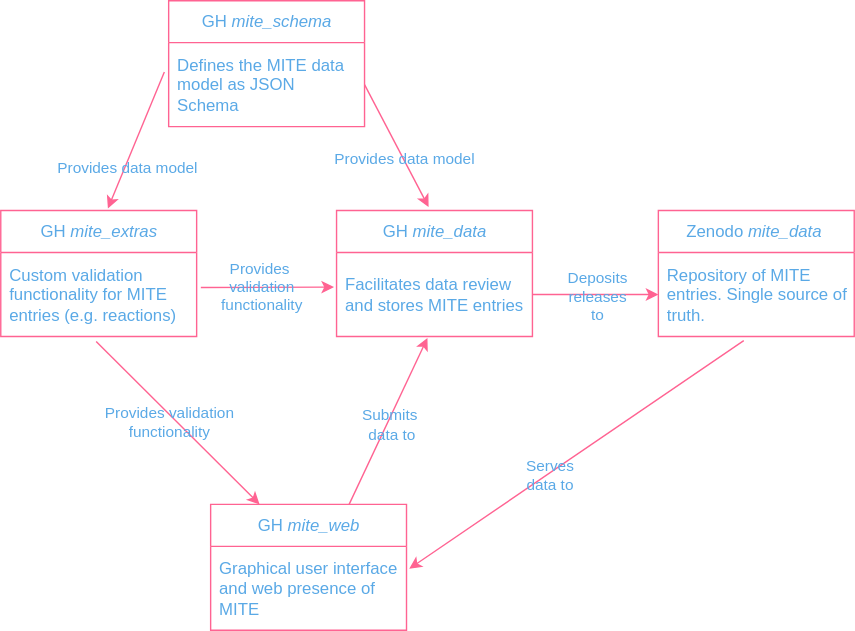
Before: profile/mite_standard_repo_dependency_graph.drawio.svg, a diagram exported from draw.io (mite-standard/.github). Source tidied: cells renumbered, new cells last; positions are measured from the earlier drawing's top-left corner, leaving out a move shared by most shapes.
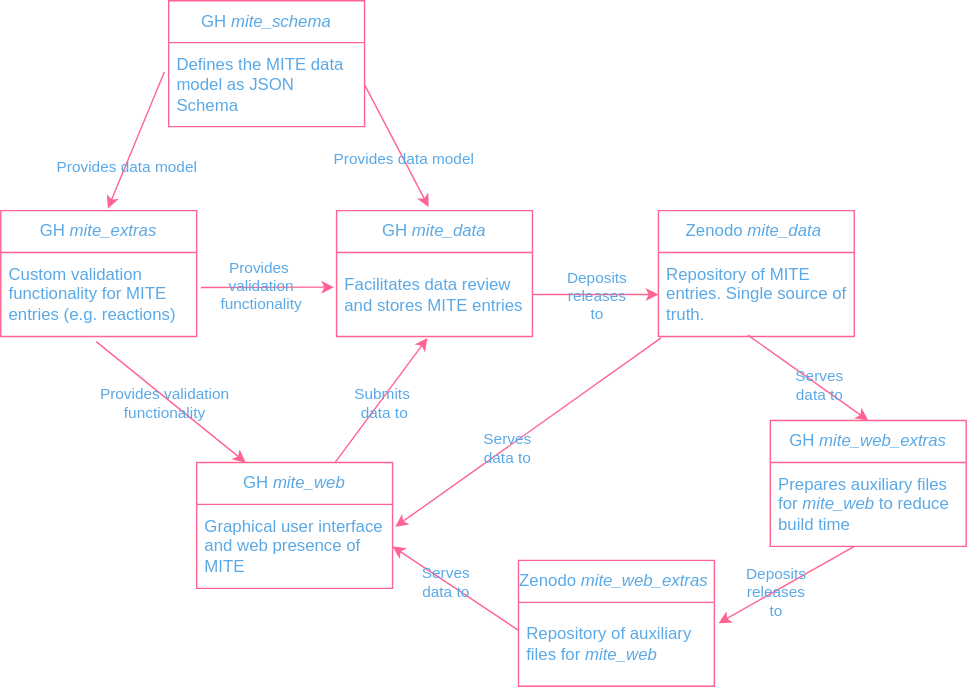
Above is the later version.

Commit message:
updated repo orga ligic

Diff of the diagram source:
```diff
@@ -21,7 +21,7 @@
       <mxGeometry y="30" width="140" height="60" as="geometry" />
     </mxCell>
     <mxCell id="8" value="GH&lt;i&gt; mite_web&lt;/i&gt;" style="swimlane;fontStyle=0;horizontal=1;startSize=30;whiteSpace=wrap;html=1;fillColor=none;labelBackgroundColor=none;strokeColor=#FF6392;fontColor=#5AA9E6;" parent="1" vertex="1">
-      <mxGeometry x="150" y="360" width="140" height="90" as="geometry" />
+      <mxGeometry x="140" y="330" width="140" height="90" as="geometry" />
     </mxCell>
     <mxCell id="9" value="Graphical user interface and web presence of MITE" style="text;fillColor=none;align=left;verticalAlign=middle;spacingLeft=4;spacingRight=4;overflow=hidden;points=[[0,0.5],[1,0.5]];portConstraint=eastwest;whiteSpace=wrap;html=1;labelBackgroundColor=none;fontColor=#5AA9E6;" parent="8" vertex="1">
       <mxGeometry y="30" width="140" height="60" as="geometry" />
@@ -62,7 +62,7 @@
         <mxPoint x="2" as="offset" />
       </mxGeometry>
     </mxCell>
-    <mxCell id="20" style="endArrow=classic;html=1;rounded=0;entryX=1.014;entryY=0.267;entryDx=0;entryDy=0;exitX=0.436;exitY=1.05;exitDx=0;exitDy=0;exitPerimeter=0;entryPerimeter=0;labelBackgroundColor=none;strokeColor=#FF6392;fontColor=default;" parent="1" edge="1" source="23" target="9">
+    <mxCell id="20" style="endArrow=classic;html=1;rounded=0;entryX=1.014;entryY=0.267;entryDx=0;entryDy=0;exitX=0.014;exitY=1.017;exitDx=0;exitDy=0;exitPerimeter=0;entryPerimeter=0;labelBackgroundColor=none;strokeColor=#FF6392;fontColor=default;" parent="1" edge="1" source="23" target="9">
       <mxGeometry relative="1" as="geometry" />
     </mxCell>
     <mxCell id="21" value="&lt;div&gt;Serves&lt;/div&gt;&lt;div&gt;data to&lt;/div&gt;" style="edgeLabel;html=1;align=center;verticalAlign=middle;labelBackgroundColor=none;fontColor=#5AA9E6;" parent="20" vertex="1">
@@ -80,5 +80,39 @@
     <mxCell id="25" value="&lt;div&gt;Deposits&lt;/div&gt;&lt;div&gt;releases&lt;br&gt;to&lt;/div&gt;" style="edgeLabel;html=1;align=center;verticalAlign=middle;labelBackgroundColor=none;fontColor=#5AA9E6;" parent="24" vertex="1">
       <mxGeometry relative="1" as="geometry" />
     </mxCell>
+    <mxCell id="26" value="Zenodo&lt;i&gt;&amp;nbsp;&lt;/i&gt;&lt;i&gt;mite_web_extras&lt;/i&gt;&lt;i&gt;&amp;nbsp;&lt;/i&gt;" style="swimlane;fontStyle=0;horizontal=1;startSize=30;whiteSpace=wrap;html=1;fillColor=none;labelBackgroundColor=none;strokeColor=#FF6392;fontColor=#5AA9E6;" parent="1" vertex="1">
+      <mxGeometry x="370" y="400" width="140" height="90" as="geometry" />
+    </mxCell>
+    <mxCell id="27" value="&lt;div&gt;Repository of auxiliary files for&amp;nbsp;&lt;i&gt;mite_web&lt;/i&gt;&lt;/div&gt;" style="text;fillColor=none;align=left;verticalAlign=middle;spacingLeft=4;spacingRight=4;overflow=hidden;points=[[0,0.5],[1,0.5]];portConstraint=eastwest;whiteSpace=wrap;html=1;labelBackgroundColor=none;fontColor=#5AA9E6;" parent="26" vertex="1">
+      <mxGeometry y="30" width="140" height="60" as="geometry" />
+    </mxCell>
+    <mxCell id="28" value="GH&lt;i&gt; mite_web_extras&lt;/i&gt;" style="swimlane;fontStyle=0;horizontal=1;startSize=30;whiteSpace=wrap;html=1;fillColor=none;labelBackgroundColor=none;strokeColor=#FF6392;fontColor=#5AA9E6;" parent="1" vertex="1">
+      <mxGeometry x="550" y="300" width="140" height="90" as="geometry" />
+    </mxCell>
+    <mxCell id="29" value="Prepares auxiliary files for&amp;nbsp;&lt;i&gt;mite_web&lt;/i&gt;&amp;nbsp;to reduce build time" style="text;fillColor=none;align=left;verticalAlign=middle;spacingLeft=4;spacingRight=4;overflow=hidden;whiteSpace=wrap;html=1;labelBackgroundColor=none;fontColor=#5AA9E6;" parent="28" vertex="1">
+      <mxGeometry y="30" width="140" height="60" as="geometry" />
+    </mxCell>
+    <mxCell id="30" style="endArrow=classic;html=1;rounded=0;entryX=0.5;entryY=0;entryDx=0;entryDy=0;exitX=0.457;exitY=0.983;exitDx=0;exitDy=0;exitPerimeter=0;labelBackgroundColor=none;strokeColor=#FF6392;fontColor=default;" parent="1" edge="1" source="23" target="28">
+      <mxGeometry relative="1" as="geometry" />
+    </mxCell>
+    <mxCell id="31" value="&lt;div&gt;Serves&lt;/div&gt;&lt;div&gt;data to&lt;/div&gt;" style="edgeLabel;html=1;align=center;verticalAlign=middle;labelBackgroundColor=none;fontColor=#5AA9E6;" parent="30" vertex="1">
+      <mxGeometry x="0.17" relative="1" as="geometry" />
+    </mxCell>
+    <mxCell id="32" style="endArrow=classic;html=1;rounded=0;exitX=0.457;exitY=0.983;exitDx=0;exitDy=0;exitPerimeter=0;labelBackgroundColor=none;strokeColor=#FF6392;fontColor=default;entryX=1.021;entryY=0.25;entryDx=0;entryDy=0;entryPerimeter=0;" parent="1" edge="1" target="27">
+      <mxGeometry relative="1" as="geometry">
+        <mxPoint x="610" y="390" as="sourcePoint" />
+      </mxGeometry>
+    </mxCell>
+    <mxCell id="33" value="&lt;div&gt;Deposits&lt;/div&gt;&lt;div&gt;releases&lt;/div&gt;&lt;div&gt;to&lt;/div&gt;" style="edgeLabel;html=1;align=center;verticalAlign=middle;labelBackgroundColor=none;fontColor=#5AA9E6;" parent="32" vertex="1">
+      <mxGeometry x="0.17" relative="1" as="geometry" />
+    </mxCell>
+    <mxCell id="34" style="endArrow=classic;html=1;rounded=0;exitX=0.457;exitY=0.983;exitDx=0;exitDy=0;exitPerimeter=0;labelBackgroundColor=none;strokeColor=#FF6392;fontColor=default;entryX=1;entryY=0.5;entryDx=0;entryDy=0;" parent="1" edge="1" target="9">
+      <mxGeometry relative="1" as="geometry">
+        <mxPoint x="370" y="450" as="sourcePoint" />
+      </mxGeometry>
+    </mxCell>
+    <mxCell id="35" value="&lt;div&gt;Serves&lt;/div&gt;&lt;div&gt;data to&lt;/div&gt;" style="edgeLabel;html=1;align=center;verticalAlign=middle;labelBackgroundColor=none;fontColor=#5AA9E6;" parent="34" vertex="1">
+      <mxGeometry x="0.17" relative="1" as="geometry" />
+    </mxCell>
   </root>
 </mxGraphModel>
```
